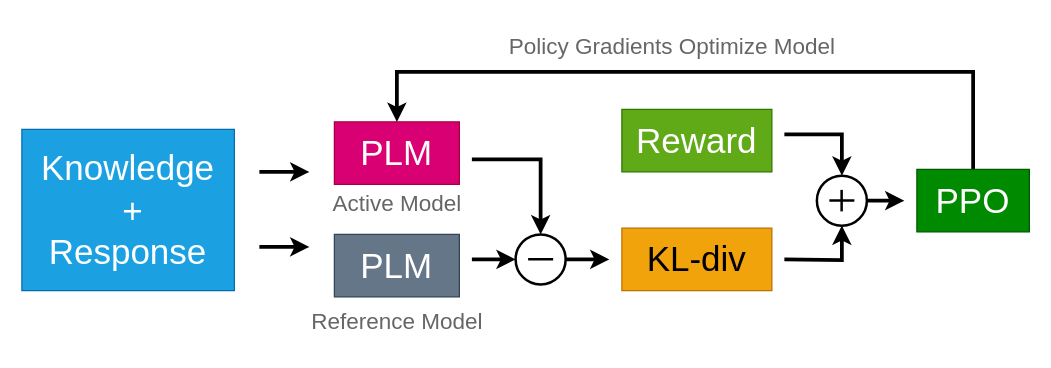
This is figs/rl.drawio from AmourWaltz/FactDial, a draw.io file, before an edit. Source tidied: cells renumbered, new cells numbered last; positions are measured from the earlier drawing's top-left corner, leaving out a move shared by most shapes. Both pictures are drawn from the tidied source at 125%, with x=0, y=0 at pixel (21, 21).
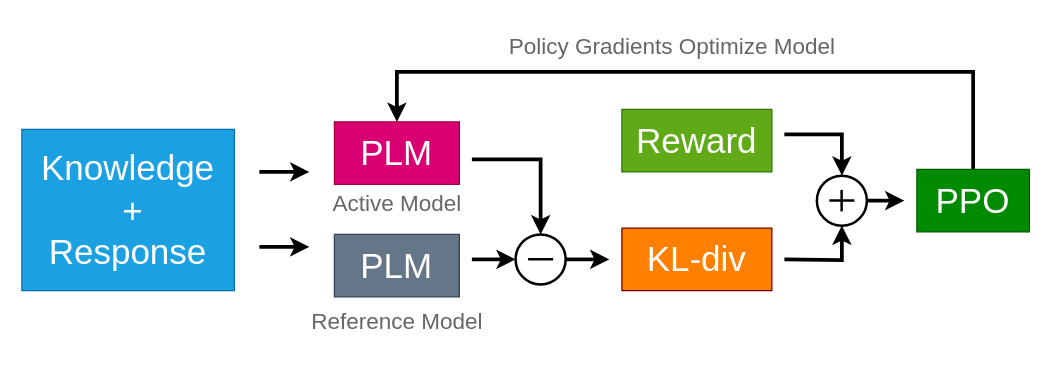
After the change.

The edit, as a diff of the source:
```diff
@@
-    <mxCell id="14" value="&lt;font style=&quot;font-size: 28px;&quot;&gt;KL-div&lt;/font&gt;" style="rounded=0;whiteSpace=wrap;html=1;fillColor=#f0a30a;strokeColor=#BD7000;fontColor=#000000;" parent="1" vertex="1">
+    <mxCell id="14" value="&lt;font style=&quot;font-size: 28px;&quot;&gt;KL-div&lt;/font&gt;" style="rounded=0;whiteSpace=wrap;html=1;fillColor=#FF8000;strokeColor=#6F0000;fontColor=#ffffff;" parent="1" vertex="1">
       <mxGeometry x="480" y="165" width="120" height="50" as="geometry" />
     </mxCell>
```
